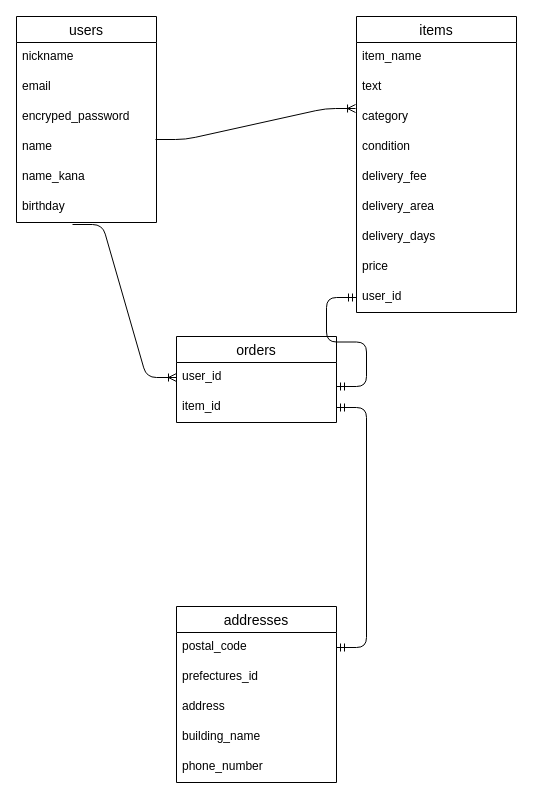
Above: app/assets/furima.dio in yoshi0422/furima-30972 (draw.io), before the change. Source tidied: cells renumbered, new cells numbered last; positions are measured from the earlier drawing's top-left corner, leaving out a move shared by most shapes. Both pictures are drawn from the tidied source at 100%, with x=0, y=0 at pixel (16, 16).
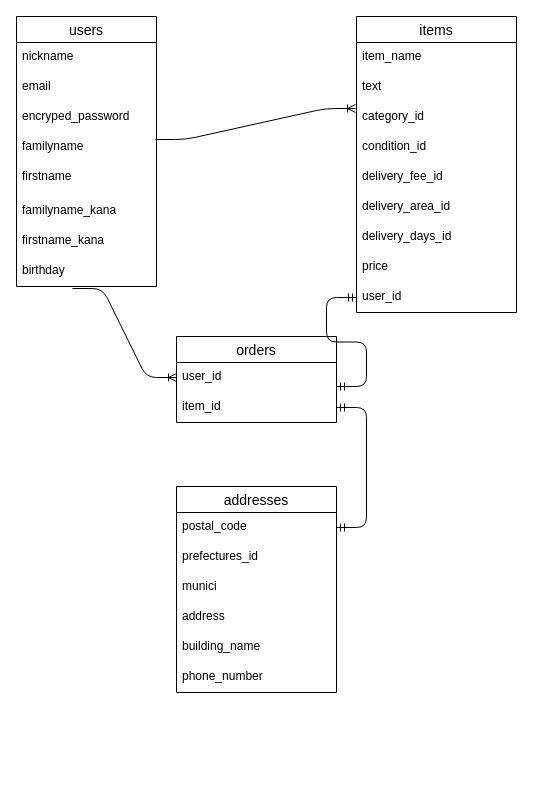
The same page after the edit.

Commit message (it also covers changes not shown here):
データベース設計の修正２

Unchanged cells that the change refers to:
```xml
<mxCell id="9" value="items" style="swimlane;fontStyle=0;horizontal=1;startSize=26;align=center;fontSize=14;" parent="1" vertex="1">
  <mxGeometry x="340" width="160" height="296" as="geometry" />
</mxCell>
```

What changed in the source:
```diff
@@
     <mxCell id="2" value="users" style="swimlane;fontStyle=0;horizontal=1;startSize=26;align=center;fontSize=14;" parent="1" vertex="1">
-      <mxGeometry width="140" height="206" as="geometry" />
+      <mxGeometry width="140" height="270" as="geometry" />
     </mxCell>
@@
-    <mxCell id="6" value="name" style="text;strokeColor=none;fillColor=none;spacingLeft=4;spacingRight=4;overflow=hidden;fontSize=12;" parent="2" vertex="1">
+    <mxCell id="6" value="familyname" style="text;strokeColor=none;fillColor=none;spacingLeft=4;spacingRight=4;overflow=hidden;fontSize=12;" parent="2" vertex="1">
       <mxGeometry y="116" width="140" height="30" as="geometry" />
     </mxCell>
+    <mxCell id="32" value="firstname" style="text;strokeColor=none;fillColor=none;spacingLeft=4;spacingRight=4;overflow=hidden;fontSize=12;" parent="2" vertex="1">
+      <mxGeometry y="146" width="140" height="34" as="geometry" />
+    </mxCell>
-    <mxCell id="7" value="name_kana" style="text;strokeColor=none;fillColor=none;spacingLeft=4;spacingRight=4;overflow=hidden;fontSize=12;" parent="2" vertex="1">
-      <mxGeometry y="146" width="140" height="30" as="geometry" />
+    <mxCell id="7" value="familyname_kana" style="text;strokeColor=none;fillColor=none;spacingLeft=4;spacingRight=4;overflow=hidden;fontSize=12;" parent="2" vertex="1">
+      <mxGeometry y="180" width="140" height="30" as="geometry" />
     </mxCell>
+    <mxCell id="33" value="firstname_kana" style="text;strokeColor=none;fillColor=none;spacingLeft=4;spacingRight=4;overflow=hidden;fontSize=12;" parent="2" vertex="1">
+      <mxGeometry y="210" width="140" height="30" as="geometry" />
+    </mxCell>
     <mxCell id="8" value="birthday&#10;" style="text;strokeColor=none;fillColor=none;spacingLeft=4;spacingRight=4;overflow=hidden;points=[[0,0.5],[1,0.5]];portConstraint=eastwest;fontSize=12;" parent="2" vertex="1">
-      <mxGeometry y="176" width="140" height="30" as="geometry" />
+      <mxGeometry y="240" width="140" height="30" as="geometry" />
     </mxCell>
@@
-    <mxCell id="12" value="category" style="text;strokeColor=none;fillColor=none;spacingLeft=4;spacingRight=4;overflow=hidden;points=[[0,0.5],[1,0.5]];portConstraint=eastwest;fontSize=12;" parent="9" vertex="1">
+    <mxCell id="12" value="category_id" style="text;strokeColor=none;fillColor=none;spacingLeft=4;spacingRight=4;overflow=hidden;points=[[0,0.5],[1,0.5]];portConstraint=eastwest;fontSize=12;" parent="9" vertex="1">
       <mxGeometry y="86" width="160" height="30" as="geometry" />
     </mxCell>
-    <mxCell id="13" value="condition" style="text;strokeColor=none;fillColor=none;spacingLeft=4;spacingRight=4;overflow=hidden;fontSize=12;" parent="9" vertex="1">
+    <mxCell id="13" value="condition_id" style="text;strokeColor=none;fillColor=none;spacingLeft=4;spacingRight=4;overflow=hidden;fontSize=12;" parent="9" vertex="1">
       <mxGeometry y="116" width="160" height="30" as="geometry" />
     </mxCell>
-    <mxCell id="14" value="delivery_fee" style="text;strokeColor=none;fillColor=none;spacingLeft=4;spacingRight=4;overflow=hidden;fontSize=12;" parent="9" vertex="1">
+    <mxCell id="14" value="delivery_fee_id" style="text;strokeColor=none;fillColor=none;spacingLeft=4;spacingRight=4;overflow=hidden;fontSize=12;" parent="9" vertex="1">
       <mxGeometry y="146" width="160" height="30" as="geometry" />
     </mxCell>
-    <mxCell id="15" value="delivery_area" style="text;strokeColor=none;fillColor=none;spacingLeft=4;spacingRight=4;overflow=hidden;fontSize=12;" parent="9" vertex="1">
+    <mxCell id="15" value="delivery_area_id" style="text;strokeColor=none;fillColor=none;spacingLeft=4;spacingRight=4;overflow=hidden;fontSize=12;" parent="9" vertex="1">
       <mxGeometry y="176" width="160" height="30" as="geometry" />
     </mxCell>
-    <mxCell id="16" value="delivery_days" style="text;strokeColor=none;fillColor=none;spacingLeft=4;spacingRight=4;overflow=hidden;fontSize=12;" parent="9" vertex="1">
+    <mxCell id="16" value="delivery_days_id" style="text;strokeColor=none;fillColor=none;spacingLeft=4;spacingRight=4;overflow=hidden;fontSize=12;" parent="9" vertex="1">
       <mxGeometry y="206" width="160" height="30" as="geometry" />
     </mxCell>
@@
     <mxCell id="25" value="addresses" style="swimlane;fontStyle=0;horizontal=1;startSize=26;align=center;fontSize=14;" parent="1" vertex="1">
-      <mxGeometry x="160" y="590" width="160" height="176" as="geometry" />
+      <mxGeometry x="160" y="470" width="160" height="206" as="geometry" />
     </mxCell>
@@
+    <mxCell id="34" value="munici" style="text;strokeColor=none;fillColor=none;spacingLeft=4;spacingRight=4;overflow=hidden;fontSize=12;" parent="25" vertex="1">
+      <mxGeometry y="86" width="160" height="30" as="geometry" />
+    </mxCell>
     <mxCell id="28" value="address" style="text;strokeColor=none;fillColor=none;spacingLeft=4;spacingRight=4;overflow=hidden;fontSize=12;" parent="25" vertex="1">
-      <mxGeometry y="86" width="160" height="30" as="geometry" />
+      <mxGeometry y="116" width="160" height="30" as="geometry" />
     </mxCell>
     <mxCell id="29" value="building_name" style="text;strokeColor=none;fillColor=none;spacingLeft=4;spacingRight=4;overflow=hidden;fontSize=12;" parent="25" vertex="1">
-      <mxGeometry y="116" width="160" height="30" as="geometry" />
+      <mxGeometry y="146" width="160" height="30" as="geometry" />
     </mxCell>
     <mxCell id="30" value="phone_number" style="text;strokeColor=none;fillColor=none;spacingLeft=4;spacingRight=4;overflow=hidden;fontSize=12;" parent="25" vertex="1">
-      <mxGeometry y="146" width="160" height="30" as="geometry" />
+      <mxGeometry y="176" width="160" height="30" as="geometry" />
     </mxCell>
```
